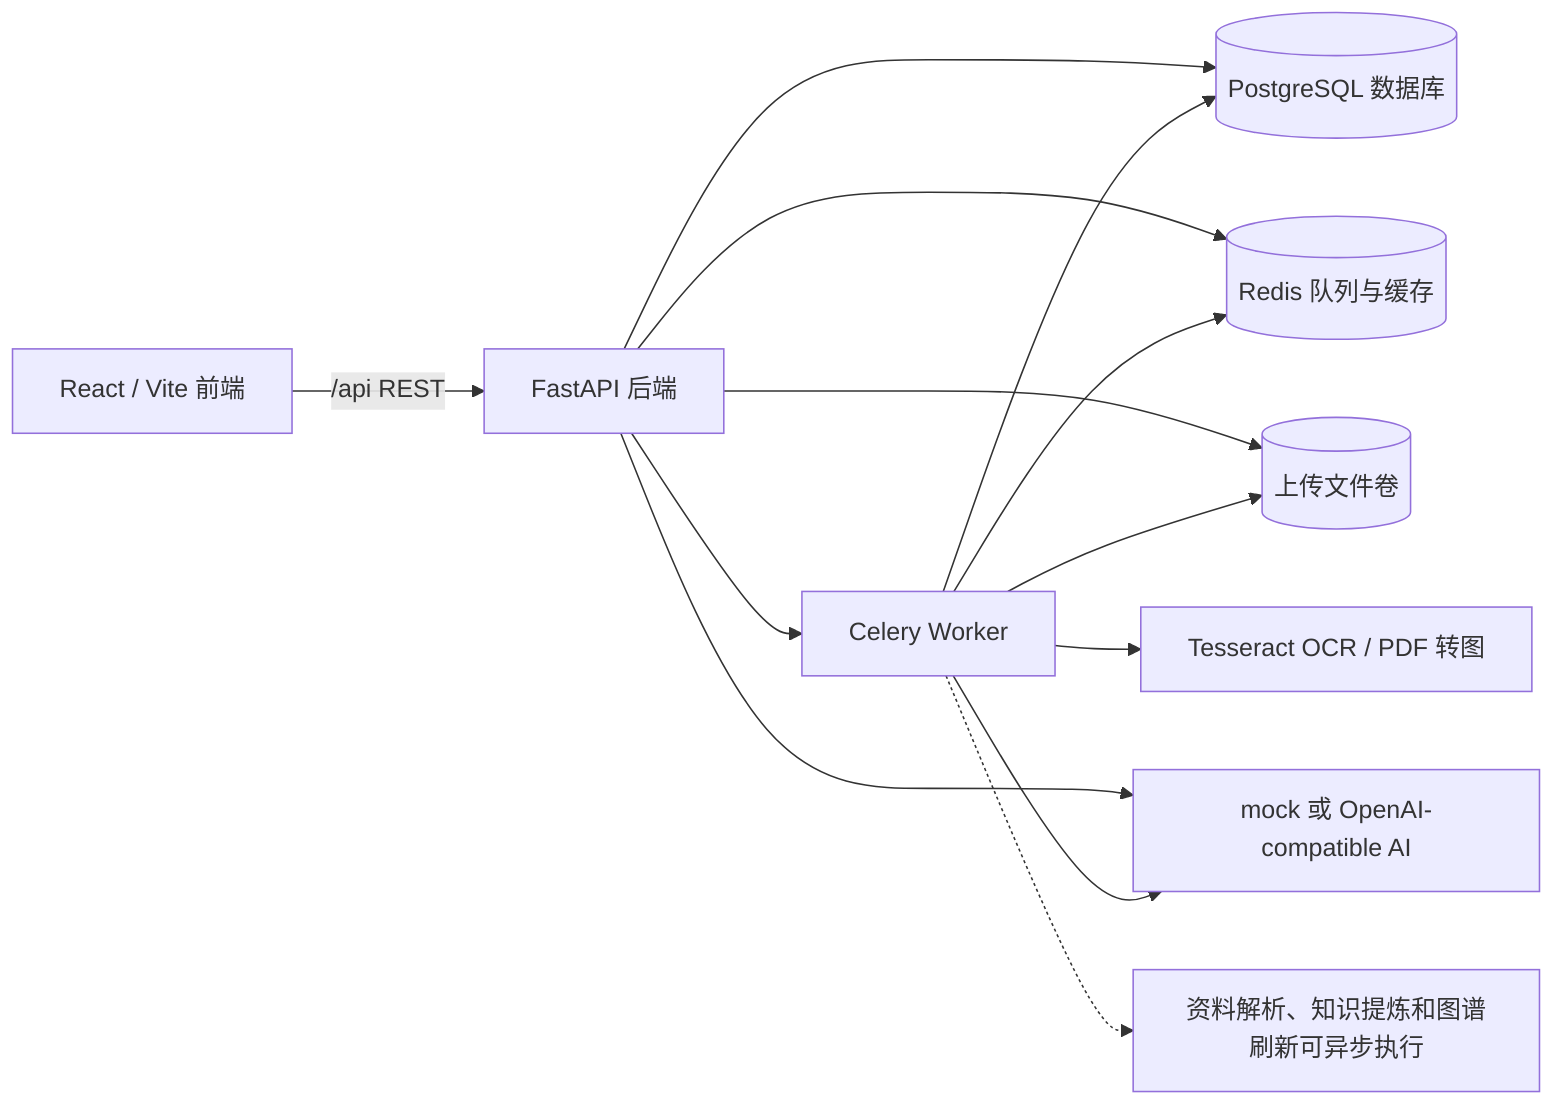
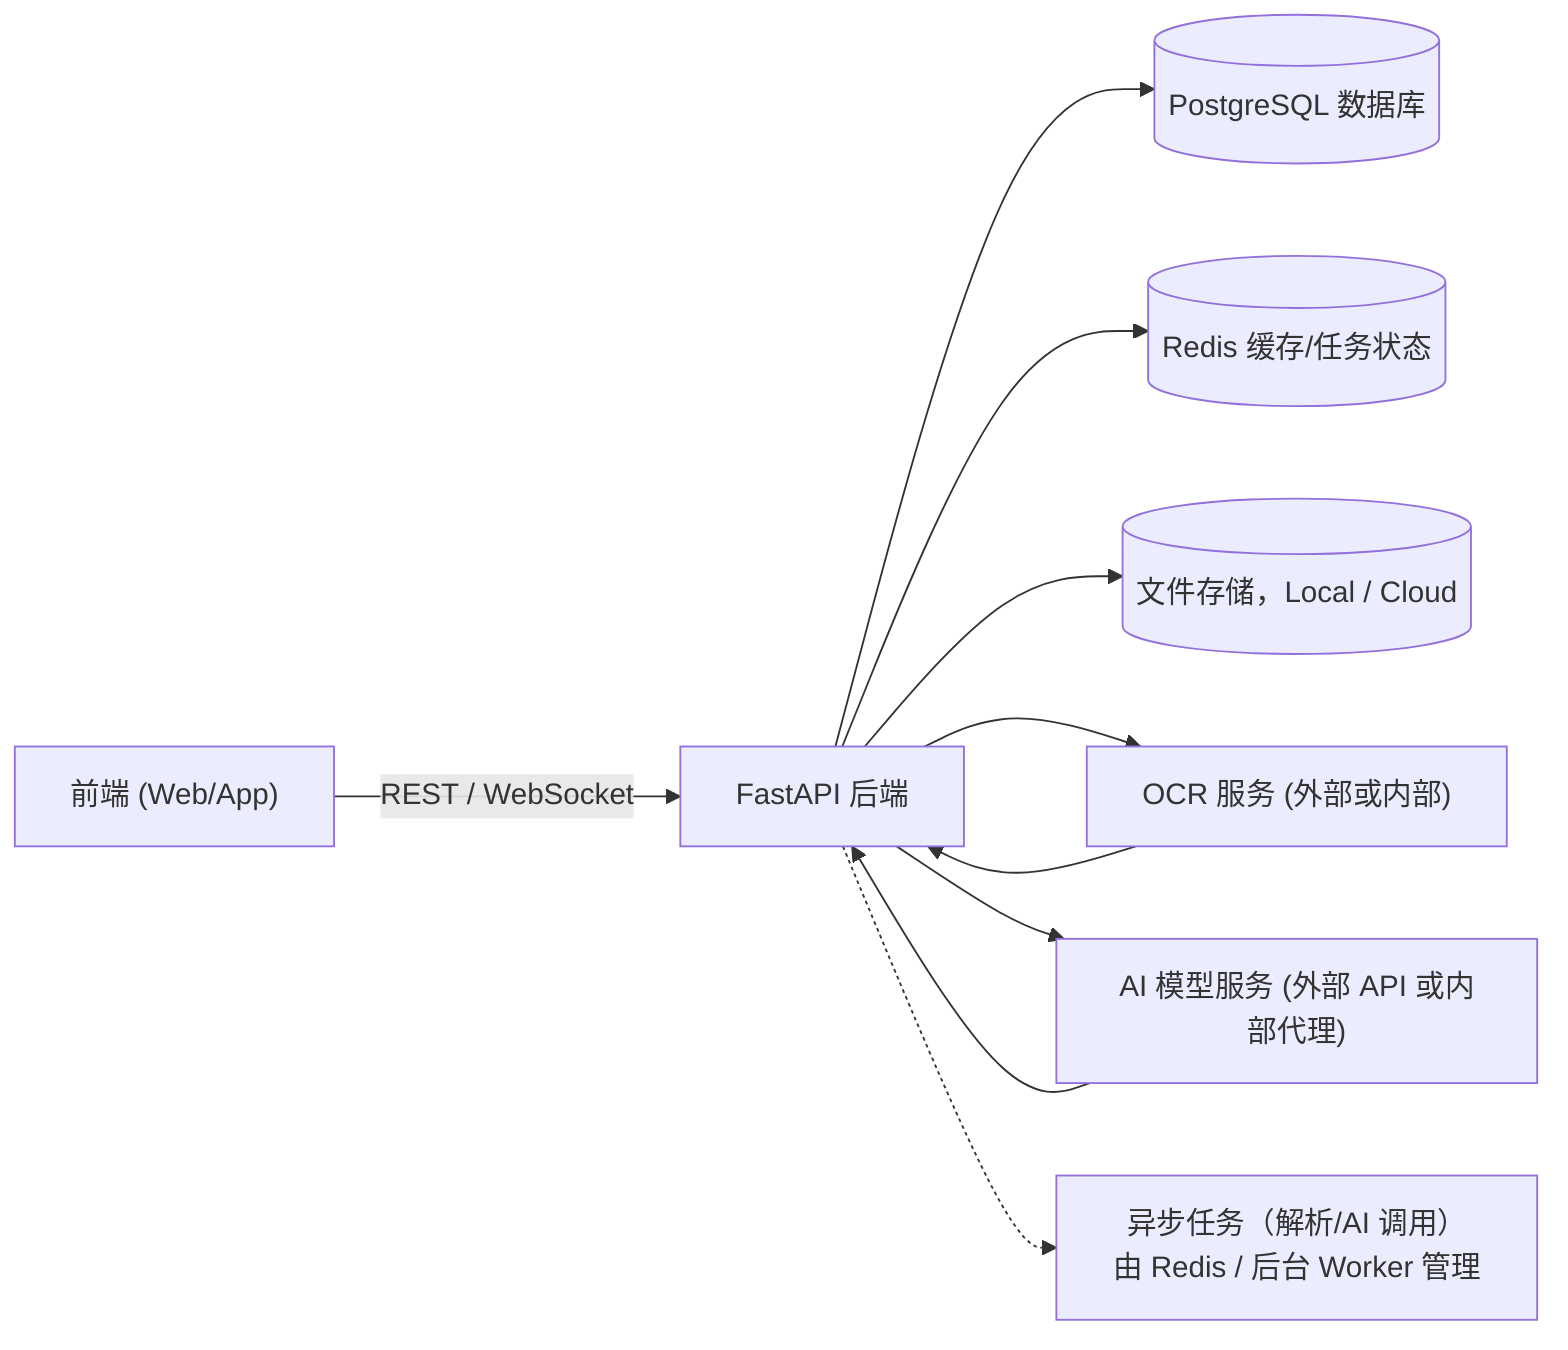
flowchart LR
-   Frontend["React / Vite 前端"] -->|"/api REST"| API["FastAPI 后端"]
+   Frontend["前端 (Web/App)"] -->|REST / WebSocket| API["FastAPI 后端"]
  API --> Postgres[(PostgreSQL 数据库)]
-   API --> Redis[(Redis 队列与缓存)]
-   API --> Uploads[(上传文件卷)]
-   API --> Worker["Celery Worker"]
-   Worker --> Redis
-   Worker --> Postgres
-   Worker --> Uploads
-   Worker --> OCR["Tesseract OCR / PDF 转图"]
-   API --> AI["mock 或 OpenAI-compatible AI"]
-   Worker --> AI
+   API --> Redis[(Redis 缓存/任务状态)]
+   API --> FileStore[(文件存储，Local / Cloud)]
+   API --> OCR["OCR 服务 (外部或内部)"]
+   API --> AI["AI 模型服务 (外部 API 或内部代理)"]
+   OCR --> API
+   AI --> API

-   Note["资料解析、知识提炼和图谱刷新可异步执行"]
-   Worker -.-> Note+   Note["异步任务（解析/AI 调用）由 Redis / 后台 Worker 管理"]
+   API -.-> Note